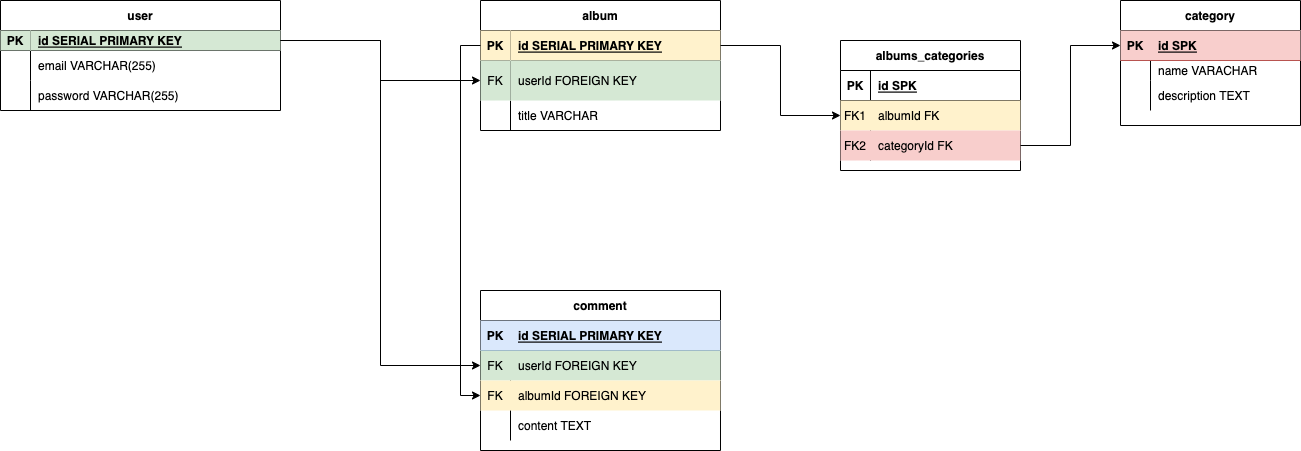
Above: Copy of Untitled Diagram.drawio.png in zbrose/side-side (draw.io), before the change. Source tidied: cells renumbered, new cells last; positions are measured from the earlier drawing's top-left corner, leaving out a move shared by most shapes.
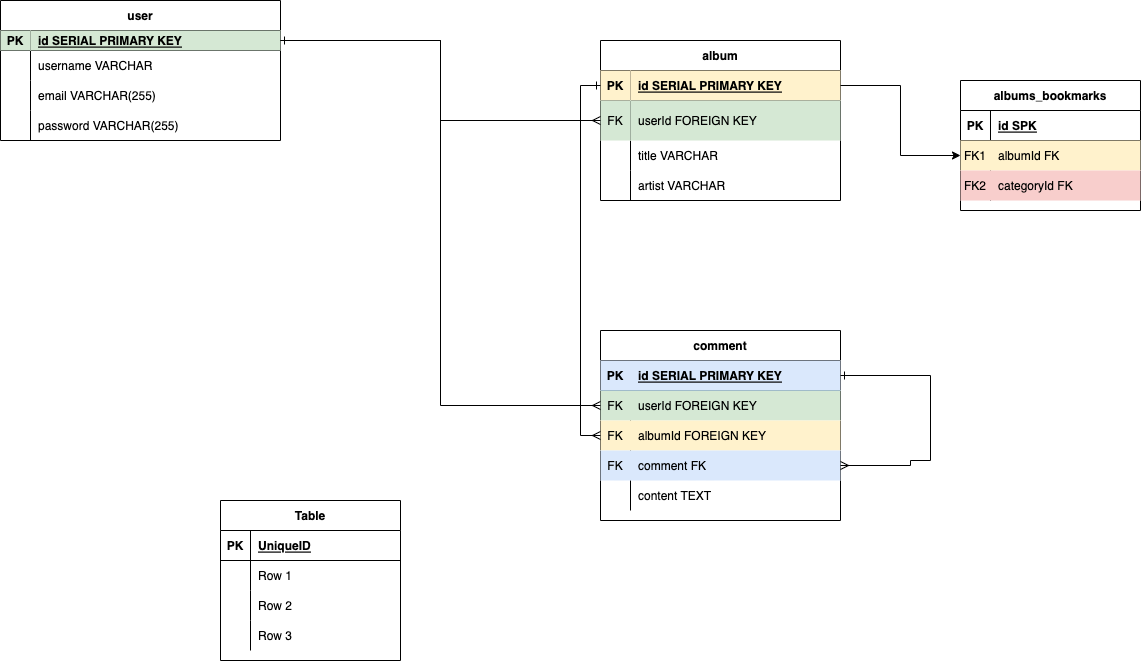
The same file after the commit.

What changed in the source:
```diff
@@ -3,7 +3,7 @@
     <mxCell id="0" />
     <mxCell id="1" parent="0" />
     <mxCell id="2" value="user" style="shape=table;startSize=30;rowLines=0;fontStyle=1;align=center;" parent="1" vertex="1">
-      <mxGeometry width="280" height="110" as="geometry" />
+      <mxGeometry x="-120" y="-40" width="280" height="140" as="geometry" />
     </mxCell>
     <mxCell id="3" style="shape=tableRow;horizontal=0;startSize=0;swimlaneHead=0;swimlaneBody=0;fillColor=none;points=[[0,0.5],[1,0.5]];portConstraint=eastwest;top=0;left=0;right=0;bottom=1;" parent="2" vertex="1">
       <mxGeometry y="30" width="280" height="20" as="geometry" />
@@ -14,8 +14,17 @@
     <mxCell id="5" value="id SERIAL PRIMARY KEY" style="shape=partialRectangle;fillColor=#d5e8d4;top=0;left=0;bottom=0;right=0;align=left;spacingLeft=6;fontStyle=5;overflow=hidden;strokeColor=#82b366;" parent="3" vertex="1">
       <mxGeometry x="30" width="250" height="20" as="geometry" />
     </mxCell>
+    <mxCell id="60" style="shape=tableRow;horizontal=0;startSize=0;swimlaneHead=0;swimlaneBody=0;fillColor=none;top=0;left=0;right=0;bottom=0;" parent="2" vertex="1">
+      <mxGeometry y="50" width="280" height="30" as="geometry" />
+    </mxCell>
+    <mxCell id="61" style="shape=partialRectangle;fillColor=none;top=0;left=0;bottom=0;right=0;overflow=hidden;" parent="60" vertex="1">
+      <mxGeometry width="30" height="30" as="geometry" />
+    </mxCell>
+    <mxCell id="62" value="username VARCHAR" style="shape=partialRectangle;fillColor=none;top=0;left=0;bottom=0;right=0;align=left;spacingLeft=6;overflow=hidden;" parent="60" vertex="1">
+      <mxGeometry x="30" width="250" height="30" as="geometry" />
+    </mxCell>
     <mxCell id="6" style="shape=tableRow;horizontal=0;startSize=0;swimlaneHead=0;swimlaneBody=0;fillColor=none;top=0;left=0;right=0;bottom=0;" parent="2" vertex="1">
-      <mxGeometry y="50" width="280" height="30" as="geometry" />
+      <mxGeometry y="80" width="280" height="30" as="geometry" />
     </mxCell>
     <mxCell id="7" style="shape=partialRectangle;fillColor=none;top=0;left=0;bottom=0;right=0;overflow=hidden;" parent="6" vertex="1">
       <mxGeometry width="30" height="30" as="geometry" />
@@ -24,7 +33,7 @@
       <mxGeometry x="30" width="250" height="30" as="geometry" />
     </mxCell>
     <mxCell id="9" style="shape=tableRow;horizontal=0;startSize=0;swimlaneHead=0;swimlaneBody=0;fillColor=none;top=0;left=0;right=0;bottom=0;" parent="2" vertex="1">
-      <mxGeometry y="80" width="280" height="30" as="geometry" />
+      <mxGeometry y="110" width="280" height="30" as="geometry" />
     </mxCell>
     <mxCell id="10" style="shape=partialRectangle;fillColor=none;top=0;left=0;bottom=0;right=0;overflow=hidden;" parent="9" vertex="1">
       <mxGeometry width="30" height="30" as="geometry" />
@@ -33,7 +42,7 @@
       <mxGeometry x="30" width="250" height="30" as="geometry" />
     </mxCell>
     <mxCell id="12" value="album" style="shape=table;startSize=30;rowLines=0;fontStyle=1;align=center;" parent="1" vertex="1">
-      <mxGeometry x="480" width="240" height="130" as="geometry" />
+      <mxGeometry x="480" width="240" height="160" as="geometry" />
     </mxCell>
     <mxCell id="13" style="shape=tableRow;horizontal=0;startSize=0;swimlaneHead=0;swimlaneBody=0;fillColor=none;points=[[0,0.5],[1,0.5]];portConstraint=eastwest;top=0;left=0;right=0;bottom=1;" parent="12" vertex="1">
       <mxGeometry y="30" width="240" height="30" as="geometry" />
@@ -62,8 +71,17 @@
     <mxCell id="21" value="title VARCHAR" style="shape=partialRectangle;fillColor=none;top=0;left=0;bottom=0;right=0;align=left;spacingLeft=6;overflow=hidden;" parent="19" vertex="1">
       <mxGeometry x="30" width="210" height="30" as="geometry" />
     </mxCell>
+    <mxCell id="63" style="shape=tableRow;horizontal=0;startSize=0;swimlaneHead=0;swimlaneBody=0;fillColor=none;top=0;left=0;right=0;bottom=0;" parent="12" vertex="1">
+      <mxGeometry y="130" width="240" height="30" as="geometry" />
+    </mxCell>
+    <mxCell id="64" style="shape=partialRectangle;fillColor=none;top=0;left=0;bottom=0;right=0;overflow=hidden;" parent="63" vertex="1">
+      <mxGeometry width="30" height="30" as="geometry" />
+    </mxCell>
+    <mxCell id="65" value="artist VARCHAR" style="shape=partialRectangle;fillColor=none;top=0;left=0;bottom=0;right=0;align=left;spacingLeft=6;overflow=hidden;" parent="63" vertex="1">
+      <mxGeometry x="30" width="210" height="30" as="geometry" />
+    </mxCell>
     <mxCell id="22" value="comment" style="shape=table;startSize=30;rowLines=0;fontStyle=1;align=center;" parent="1" vertex="1">
-      <mxGeometry x="480" y="290" width="240" height="160" as="geometry" />
+      <mxGeometry x="480" y="290" width="240" height="190" as="geometry" />
     </mxCell>
     <mxCell id="23" style="shape=tableRow;horizontal=0;startSize=0;swimlaneHead=0;swimlaneBody=0;fillColor=#dae8fc;points=[[0,0.5],[1,0.5]];portConstraint=eastwest;top=0;left=0;right=0;bottom=1;strokeColor=#6c8ebf;" parent="22" vertex="1">
       <mxGeometry y="30" width="240" height="30" as="geometry" />
@@ -92,8 +110,17 @@
     <mxCell id="31" value="albumId FOREIGN KEY" style="shape=partialRectangle;fillColor=none;top=0;left=0;bottom=0;right=0;align=left;spacingLeft=6;fontStyle=0;overflow=hidden;" parent="29" vertex="1">
       <mxGeometry x="30" width="210" height="30" as="geometry" />
     </mxCell>
+    <mxCell id="66" style="shape=tableRow;horizontal=0;startSize=0;swimlaneHead=0;swimlaneBody=0;fillColor=#dae8fc;points=[[0,0.5],[1,0.5]];portConstraint=eastwest;top=0;left=0;right=0;bottom=0;strokeColor=#6c8ebf;" parent="22" vertex="1">
+      <mxGeometry y="120" width="240" height="30" as="geometry" />
+    </mxCell>
+    <mxCell id="67" value="FK" style="shape=partialRectangle;fillColor=none;top=0;left=0;bottom=0;right=0;fontStyle=0;overflow=hidden;" parent="66" vertex="1">
+      <mxGeometry width="30" height="30" as="geometry" />
+    </mxCell>
+    <mxCell id="68" value="comment FK" style="shape=partialRectangle;fillColor=none;top=0;left=0;bottom=0;right=0;align=left;spacingLeft=6;fontStyle=0;overflow=hidden;" parent="66" vertex="1">
+      <mxGeometry x="30" width="210" height="30" as="geometry" />
+    </mxCell>
     <mxCell id="32" style="shape=tableRow;horizontal=0;startSize=0;swimlaneHead=0;swimlaneBody=0;fillColor=none;top=0;left=0;right=0;bottom=0;" parent="22" vertex="1">
-      <mxGeometry y="120" width="240" height="30" as="geometry" />
+      <mxGeometry y="150" width="240" height="30" as="geometry" />
     </mxCell>
     <mxCell id="33" style="shape=partialRectangle;fillColor=none;top=0;left=0;bottom=0;right=0;overflow=hidden;" parent="32" vertex="1">
       <mxGeometry width="30" height="30" as="geometry" />
@@ -101,46 +128,26 @@
     <mxCell id="34" value="content TEXT" style="shape=partialRectangle;fillColor=none;top=0;left=0;bottom=0;right=0;align=left;spacingLeft=6;overflow=hidden;" parent="32" vertex="1">
       <mxGeometry x="30" width="210" height="30" as="geometry" />
     </mxCell>
-    <mxCell id="35" value="category" style="shape=table;startSize=30;rowLines=0;fontStyle=1;align=center;" parent="1" vertex="1">
-      <mxGeometry x="1120" width="180" height="125" as="geometry" />
-    </mxCell>
-    <mxCell id="36" style="shape=tableRow;horizontal=0;startSize=0;swimlaneHead=0;swimlaneBody=0;fillColor=#f8cecc;points=[[0,0.5],[1,0.5]];portConstraint=eastwest;top=0;left=0;right=0;bottom=1;strokeColor=#b85450;" parent="35" vertex="1">
-      <mxGeometry y="30" width="180" height="30" as="geometry" />
-    </mxCell>
-    <mxCell id="37" value="PK" style="shape=partialRectangle;fillColor=none;top=0;left=0;bottom=0;right=0;fontStyle=1;overflow=hidden;" parent="36" vertex="1">
-      <mxGeometry width="30" height="30" as="geometry" />
-    </mxCell>
-    <mxCell id="38" value="id SPK" style="shape=partialRectangle;fillColor=none;top=0;left=0;bottom=0;right=0;align=left;spacingLeft=6;fontStyle=5;overflow=hidden;" parent="36" vertex="1">
-      <mxGeometry x="30" width="150" height="30" as="geometry" />
-    </mxCell>
-    <mxCell id="39" style="shape=tableRow;horizontal=0;startSize=0;swimlaneHead=0;swimlaneBody=0;fillColor=none;top=0;left=0;right=0;bottom=0;" parent="35" vertex="1">
-      <mxGeometry y="60" width="180" height="20" as="geometry" />
-    </mxCell>
-    <mxCell id="40" style="shape=partialRectangle;fillColor=none;top=0;left=0;bottom=0;right=0;overflow=hidden;" parent="39" vertex="1">
-      <mxGeometry width="30" height="20" as="geometry" />
-    </mxCell>
-    <mxCell id="41" value="name VARACHAR" style="shape=partialRectangle;fillColor=none;top=0;left=0;bottom=0;right=0;align=left;spacingLeft=6;overflow=hidden;" parent="39" vertex="1">
-      <mxGeometry x="30" width="150" height="20" as="geometry" />
-    </mxCell>
-    <mxCell id="42" style="shape=tableRow;horizontal=0;startSize=0;swimlaneHead=0;swimlaneBody=0;fillColor=none;top=0;left=0;right=0;bottom=0;" parent="35" vertex="1">
-      <mxGeometry y="80" width="180" height="30" as="geometry" />
-    </mxCell>
-    <mxCell id="43" style="shape=partialRectangle;fillColor=none;top=0;left=0;bottom=0;right=0;fontStyle=0;overflow=hidden;" parent="42" vertex="1">
-      <mxGeometry width="30" height="30" as="geometry" />
-    </mxCell>
-    <mxCell id="44" value="description TEXT" style="shape=partialRectangle;fillColor=none;top=0;left=0;bottom=0;right=0;align=left;spacingLeft=6;fontStyle=0;overflow=hidden;" parent="42" vertex="1">
-      <mxGeometry x="30" width="150" height="30" as="geometry" />
-    </mxCell>
+    <mxCell id="69" style="edgeStyle=orthogonalEdgeStyle;rounded=0;jettySize=auto;html=1;startArrow=ERone;startFill=0;endArrow=ERmany;endFill=0;entryX=1;entryY=0.5;entryDx=0;entryDy=0;" parent="22" edge="1" source="23" target="66">
+      <mxGeometry relative="1" as="geometry">
+        <Array as="points">
+          <mxPoint x="330" y="45" />
+          <mxPoint x="330" y="130" />
+          <mxPoint x="310" y="130" />
+          <mxPoint x="310" y="135" />
+        </Array>
+      </mxGeometry>
+    </mxCell>
-    <mxCell id="45" style="edgeStyle=orthogonalEdgeStyle;rounded=0;jettySize=auto;html=1;entryX=0;entryY=0.5;entryDx=0;entryDy=0;" parent="1" edge="1" source="3" target="16">
+    <mxCell id="45" style="edgeStyle=orthogonalEdgeStyle;rounded=0;jettySize=auto;html=1;entryX=0;entryY=0.5;entryDx=0;entryDy=0;endArrow=ERmany;endFill=0;" parent="1" edge="1" source="3" target="16">
       <mxGeometry relative="1" as="geometry" />
     </mxCell>
-    <mxCell id="46" style="edgeStyle=orthogonalEdgeStyle;rounded=0;jettySize=auto;html=1;entryX=0;entryY=0.5;entryDx=0;entryDy=0;" parent="1" edge="1" source="13" target="29">
+    <mxCell id="46" style="edgeStyle=orthogonalEdgeStyle;rounded=0;jettySize=auto;html=1;entryX=0;entryY=0.5;entryDx=0;entryDy=0;startArrow=ERone;startFill=0;endArrow=ERmany;endFill=0;" parent="1" edge="1" source="13" target="29">
       <mxGeometry relative="1" as="geometry" />
     </mxCell>
-    <mxCell id="47" style="edgeStyle=orthogonalEdgeStyle;rounded=0;jettySize=auto;html=1;entryX=0;entryY=0.5;entryDx=0;entryDy=0;" parent="1" edge="1" source="3" target="26">
+    <mxCell id="47" style="edgeStyle=orthogonalEdgeStyle;rounded=0;jettySize=auto;html=1;entryX=0;entryY=0.5;entryDx=0;entryDy=0;startArrow=ERone;startFill=0;endArrow=ERmany;endFill=0;" parent="1" edge="1" source="3" target="26">
       <mxGeometry relative="1" as="geometry" />
     </mxCell>
-    <mxCell id="48" value="albums_categories" style="shape=table;startSize=30;rowLines=0;fontStyle=1;align=center;" parent="1" vertex="1">
+    <mxCell id="48" value="albums_bookmarks" style="shape=table;startSize=30;rowLines=0;fontStyle=1;align=center;" parent="1" vertex="1">
       <mxGeometry x="840" y="40" width="180" height="130" as="geometry" />
     </mxCell>
     <mxCell id="49" style="shape=tableRow;horizontal=0;startSize=0;swimlaneHead=0;swimlaneBody=0;fillColor=none;top=0;left=0;right=0;bottom=1;" parent="48" vertex="1">
@@ -173,8 +180,44 @@
     <mxCell id="58" style="edgeStyle=orthogonalEdgeStyle;rounded=0;jettySize=auto;html=1;entryX=0;entryY=0.5;entryDx=0;entryDy=0;" parent="1" edge="1" source="13" target="52">
       <mxGeometry relative="1" as="geometry" />
     </mxCell>
-    <mxCell id="59" style="edgeStyle=orthogonalEdgeStyle;rounded=0;jettySize=auto;html=1;entryX=0;entryY=0.5;entryDx=0;entryDy=0;" parent="1" edge="1" source="55" target="36">
-      <mxGeometry relative="1" as="geometry" />
-    </mxCell>
+    <mxCell id="70" value="Table" style="shape=table;startSize=30;rowLines=0;fontStyle=1;align=center;" parent="1" vertex="1">
+      <mxGeometry x="100" y="460" width="180" height="160" as="geometry" />
+    </mxCell>
+    <mxCell id="71" style="shape=tableRow;horizontal=0;startSize=0;swimlaneHead=0;swimlaneBody=0;fillColor=none;top=0;left=0;right=0;bottom=1;" parent="70" vertex="1">
+      <mxGeometry y="30" width="180" height="30" as="geometry" />
+    </mxCell>
+    <mxCell id="37" value="PK" style="shape=partialRectangle;fillColor=none;top=0;left=0;bottom=0;right=0;fontStyle=1;overflow=hidden;" parent="71" vertex="1">
+      <mxGeometry width="30" height="30" as="geometry" />
+    </mxCell>
+    <mxCell id="72" value="UniqueID" style="shape=partialRectangle;fillColor=none;top=0;left=0;bottom=0;right=0;align=left;spacingLeft=6;fontStyle=5;overflow=hidden;" parent="71" vertex="1">
+      <mxGeometry x="30" width="150" height="30" as="geometry" />
+    </mxCell>
+    <mxCell id="73" style="shape=tableRow;horizontal=0;startSize=0;swimlaneHead=0;swimlaneBody=0;fillColor=none;top=0;left=0;right=0;bottom=0;" parent="70" vertex="1">
+      <mxGeometry y="60" width="180" height="30" as="geometry" />
+    </mxCell>
+    <mxCell id="74" style="shape=partialRectangle;fillColor=none;top=0;left=0;bottom=0;right=0;overflow=hidden;" parent="73" vertex="1">
+      <mxGeometry width="30" height="30" as="geometry" />
+    </mxCell>
+    <mxCell id="75" value="Row 1" style="shape=partialRectangle;fillColor=none;top=0;left=0;bottom=0;right=0;align=left;spacingLeft=6;overflow=hidden;" parent="73" vertex="1">
+      <mxGeometry x="30" width="150" height="30" as="geometry" />
+    </mxCell>
+    <mxCell id="76" style="shape=tableRow;horizontal=0;startSize=0;swimlaneHead=0;swimlaneBody=0;fillColor=none;top=0;left=0;right=0;bottom=0;" parent="70" vertex="1">
+      <mxGeometry y="90" width="180" height="30" as="geometry" />
+    </mxCell>
+    <mxCell id="77" style="shape=partialRectangle;fillColor=none;top=0;left=0;bottom=0;right=0;overflow=hidden;" parent="76" vertex="1">
+      <mxGeometry width="30" height="30" as="geometry" />
+    </mxCell>
+    <mxCell id="78" value="Row 2" style="shape=partialRectangle;fillColor=none;top=0;left=0;bottom=0;right=0;align=left;spacingLeft=6;overflow=hidden;" parent="76" vertex="1">
+      <mxGeometry x="30" width="150" height="30" as="geometry" />
+    </mxCell>
+    <mxCell id="79" style="shape=tableRow;horizontal=0;startSize=0;swimlaneHead=0;swimlaneBody=0;fillColor=none;top=0;left=0;right=0;bottom=0;" parent="70" vertex="1">
+      <mxGeometry y="120" width="180" height="30" as="geometry" />
+    </mxCell>
+    <mxCell id="80" style="shape=partialRectangle;fillColor=none;top=0;left=0;bottom=0;right=0;overflow=hidden;" parent="79" vertex="1">
+      <mxGeometry width="30" height="30" as="geometry" />
+    </mxCell>
+    <mxCell id="81" value="Row 3" style="shape=partialRectangle;fillColor=none;top=0;left=0;bottom=0;right=0;align=left;spacingLeft=6;overflow=hidden;" parent="79" vertex="1">
+      <mxGeometry x="30" width="150" height="30" as="geometry" />
+    </mxCell>
   </root>
 </mxGraphModel>
```
